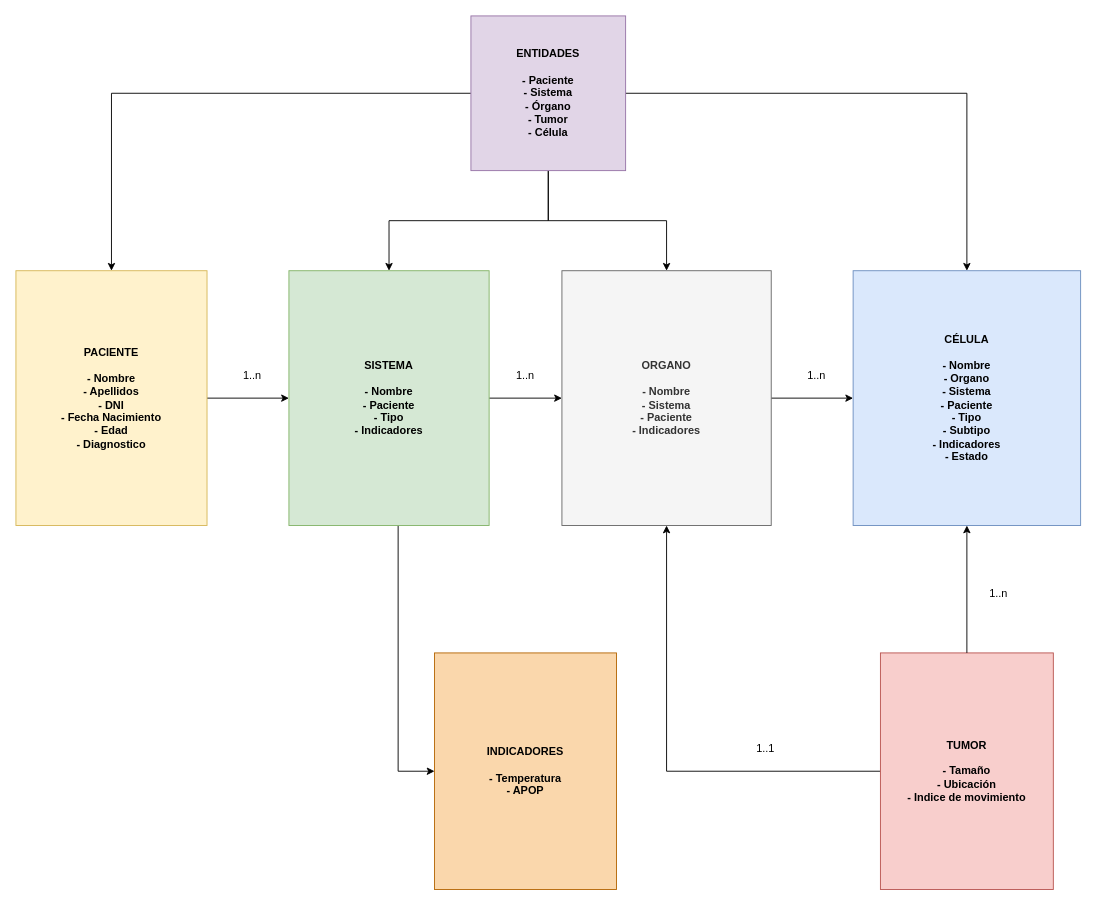
Earlier version of the draw.io diagram page "MD" (1 of 2) of arch-design/cellprom-arch-functionality.drawio (cellprom/cellprom-arq-doc). Source tidied: cells renumbered, new cells numbered last; positions are measured from the earlier drawing's top-left corner, leaving out a move shared by most shapes. Both pictures are drawn from the tidied source at 91%, with x=0, y=0 at pixel (15, 15).
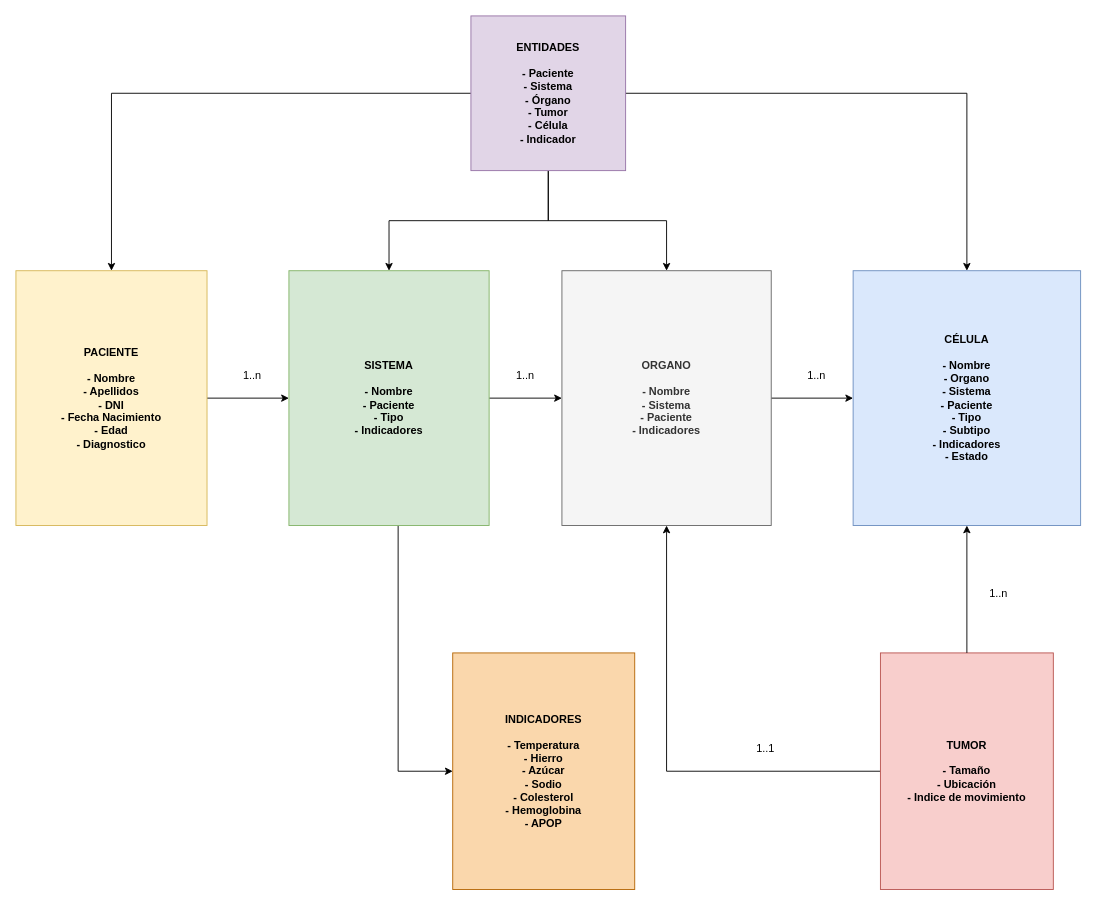
The same page after the edit.

Commit message (it also covers changes not shown here):
Entidades y Relaciones

What changed in the source:
```diff
@@
-    <mxCell id="6" value="ENTIDADES&lt;br&gt;&lt;br&gt;- Paciente&lt;br&gt;- Sistema&lt;br&gt;- Órgano&lt;br&gt;- Tumor&lt;br&gt;- Célula" style="whiteSpace=wrap;html=1;fillColor=#e1d5e7;strokeColor=#9673a6;fontStyle=1;" parent="1" vertex="1">
+    <mxCell id="6" value="ENTIDADES&lt;br&gt;&lt;br&gt;- Paciente&lt;br&gt;- Sistema&lt;br&gt;- Órgano&lt;br&gt;- Tumor&lt;br&gt;- Célula&lt;br&gt;- Indicador" style="whiteSpace=wrap;html=1;fillColor=#e1d5e7;strokeColor=#9673a6;fontStyle=1;" parent="1" vertex="1">
       <mxGeometry x="500" width="170" height="170" as="geometry" />
     </mxCell>
@@
-    <mxCell id="18" value="INDICADORES&lt;br&gt;&lt;br&gt;- Temperatura&lt;br&gt;- APOP" style="whiteSpace=wrap;html=1;fillColor=#fad7ac;strokeColor=#b46504;fontStyle=1;" parent="1" vertex="1">
-      <mxGeometry x="460" y="700" width="200" height="260" as="geometry" />
+    <mxCell id="18" value="INDICADORES&lt;br&gt;&lt;br&gt;- Temperatura&lt;br&gt;- Hierro&lt;br&gt;- Azúcar&lt;br&gt;- Sodio&lt;br&gt;- Colesterol&lt;br&gt;- Hemoglobina&lt;br&gt;- APOP" style="whiteSpace=wrap;html=1;fillColor=#fad7ac;strokeColor=#b46504;fontStyle=1;" parent="1" vertex="1">
+      <mxGeometry x="480" y="700" width="200" height="260" as="geometry" />
     </mxCell>
```
